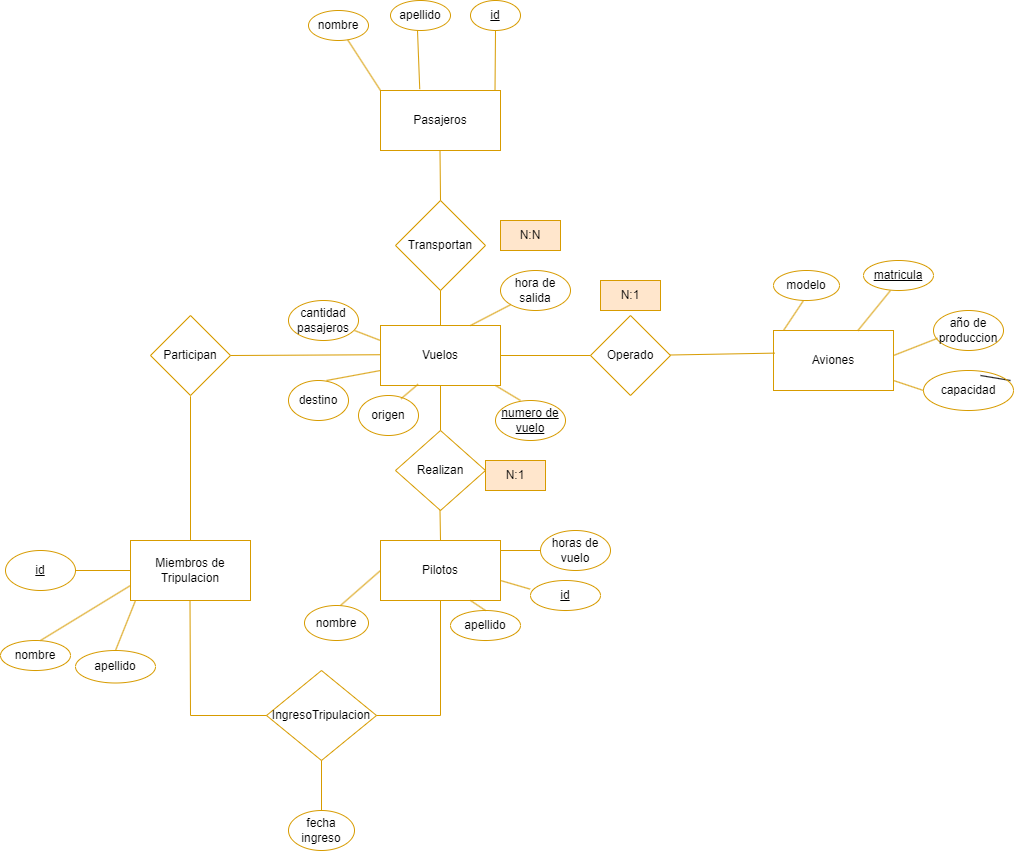
Before: Diseño conceptual .drawio.png, a diagram exported from draw.io (NoeAvalos/Base-de-datos-Compa-ia-aerea). Source tidied: cells renumbered, new cells last; positions are measured from the earlier drawing's top-left corner, leaving out a move shared by most shapes.
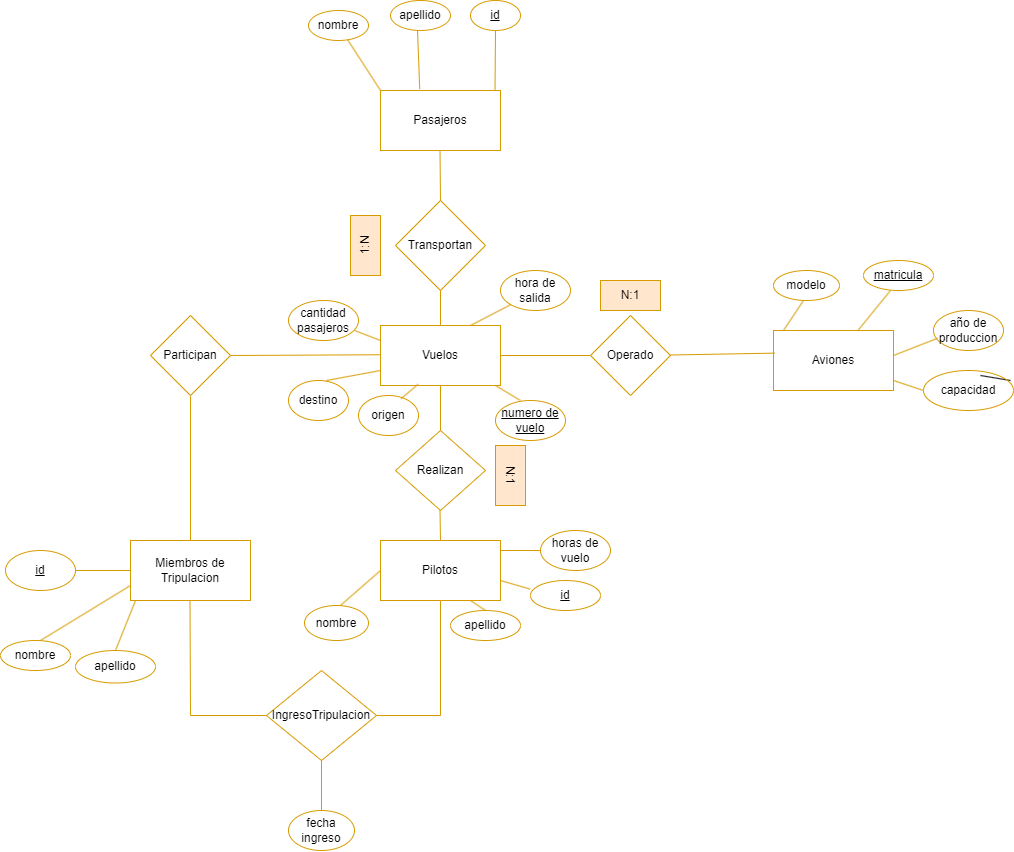
The same diagram one commit later.

The edit, as a diff of the source:
```diff
@@ -245,14 +245,14 @@
     <mxCell id="62" style="endArrow=none;html=1;rounded=0;exitX=0.5;exitY=0;exitDx=0;exitDy=0;entryX=0.5;entryY=1;entryDx=0;entryDy=0;fillColor=#ffe6cc;strokeColor=#d79b00;" parent="1" edge="1" source="8" target="20">
       <mxGeometry relative="1" as="geometry" />
     </mxCell>
-    <mxCell id="63" value="N:N" style="text;html=1;strokeColor=#d79b00;fillColor=#ffe6cc;align=center;verticalAlign=middle;whiteSpace=wrap;rounded=0;" parent="1" vertex="1">
-      <mxGeometry x="500" y="220" width="60" height="30" as="geometry" />
+    <mxCell id="63" value="1:N" style="text;html=1;strokeColor=#d79b00;fillColor=#ffe6cc;align=center;verticalAlign=middle;whiteSpace=wrap;rounded=0;rotation=-90;direction=west;" parent="1" vertex="1">
+      <mxGeometry x="335" y="230" width="60" height="30" as="geometry" />
     </mxCell>
     <mxCell id="64" value="N:1" style="text;html=1;strokeColor=#d79b00;fillColor=#ffe6cc;align=center;verticalAlign=middle;whiteSpace=wrap;rounded=0;" parent="1" vertex="1">
       <mxGeometry x="600" y="280" width="60" height="30" as="geometry" />
     </mxCell>
-    <mxCell id="65" value="N:1" style="text;html=1;strokeColor=#d79b00;fillColor=#ffe6cc;align=center;verticalAlign=middle;whiteSpace=wrap;rounded=0;" parent="1" vertex="1">
-      <mxGeometry x="485" y="460" width="60" height="30" as="geometry" />
+    <mxCell id="65" value="N:1" style="text;html=1;strokeColor=#d79b00;fillColor=#ffe6cc;align=center;verticalAlign=middle;whiteSpace=wrap;rounded=0;rotation=90;" parent="1" vertex="1">
+      <mxGeometry x="480" y="460" width="60" height="30" as="geometry" />
     </mxCell>
   </root>
 </mxGraphModel>
```
